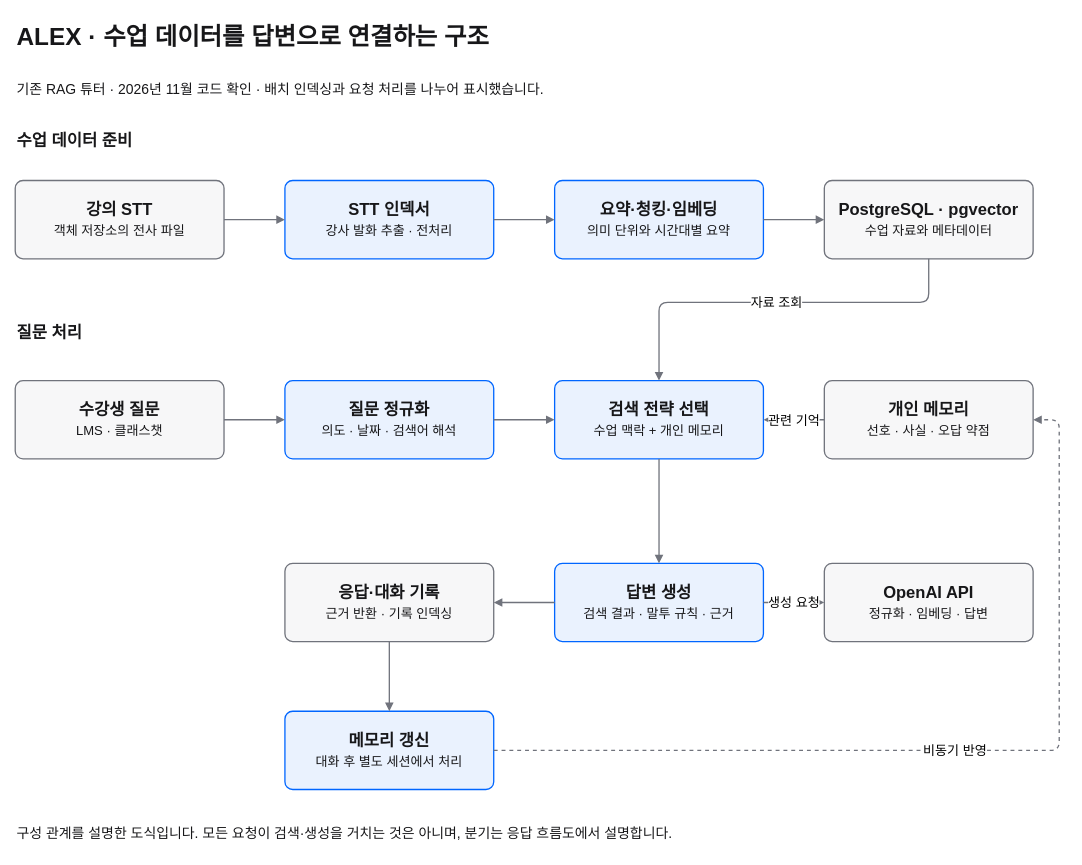
Before: content/designs/alex-architecture.drawio in semi0x3b/portfolio, a draw.io diagram. Source tidied: cells renumbered, new cells numbered last; positions are measured from the earlier drawing's top-left corner, leaving out a move shared by most shapes. Both pictures are drawn from the tidied source at 87%, with x=0, y=0 at pixel (15, 15).
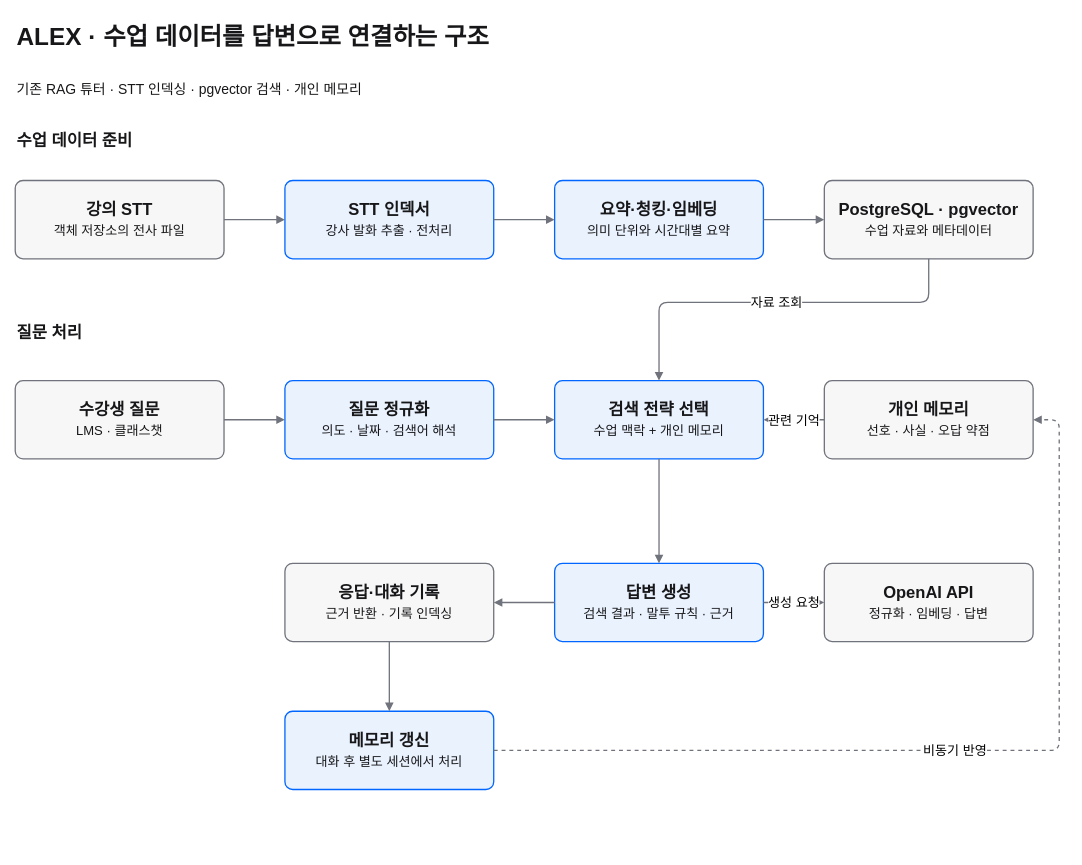
The same diagram, later.

What changed in the source:
```diff
@@
-    <mxCell id="3" value="기존 RAG 튜터 · 2026년 11월 코드 확인 · 배치 인덱싱과 요청 처리를 나누어 표시했습니다." style="text;html=1;whiteSpace=wrap;align=left;verticalAlign=middle;fontFamily=Pretendard;fontSize=16;fontColor=#171719;fontStyle=0;" parent="1" vertex="1">
+    <mxCell id="3" value="기존 RAG 튜터 · STT 인덱싱 · pgvector 검색 · 개인 메모리" style="text;html=1;whiteSpace=wrap;align=left;verticalAlign=middle;fontFamily=Pretendard;fontSize=16;fontColor=#171719;fontStyle=0;" parent="1" vertex="1">
       <mxGeometry y="60" width="1200" height="50" as="geometry" />
     </mxCell>
@@
-    <mxCell id="30" value="구성 관계를 설명한 도식입니다. 모든 요청이 검색·생성을 거치는 것은 아니며, 분기는 응답 흐름도에서 설명합니다." style="text;html=1;whiteSpace=wrap;align=left;verticalAlign=middle;fontFamily=Pretendard;fontSize=16;fontColor=#171719;fontStyle=0;" parent="1" vertex="1">
-      <mxGeometry y="920" width="1170" height="40" as="geometry" />
-    </mxCell>
```
